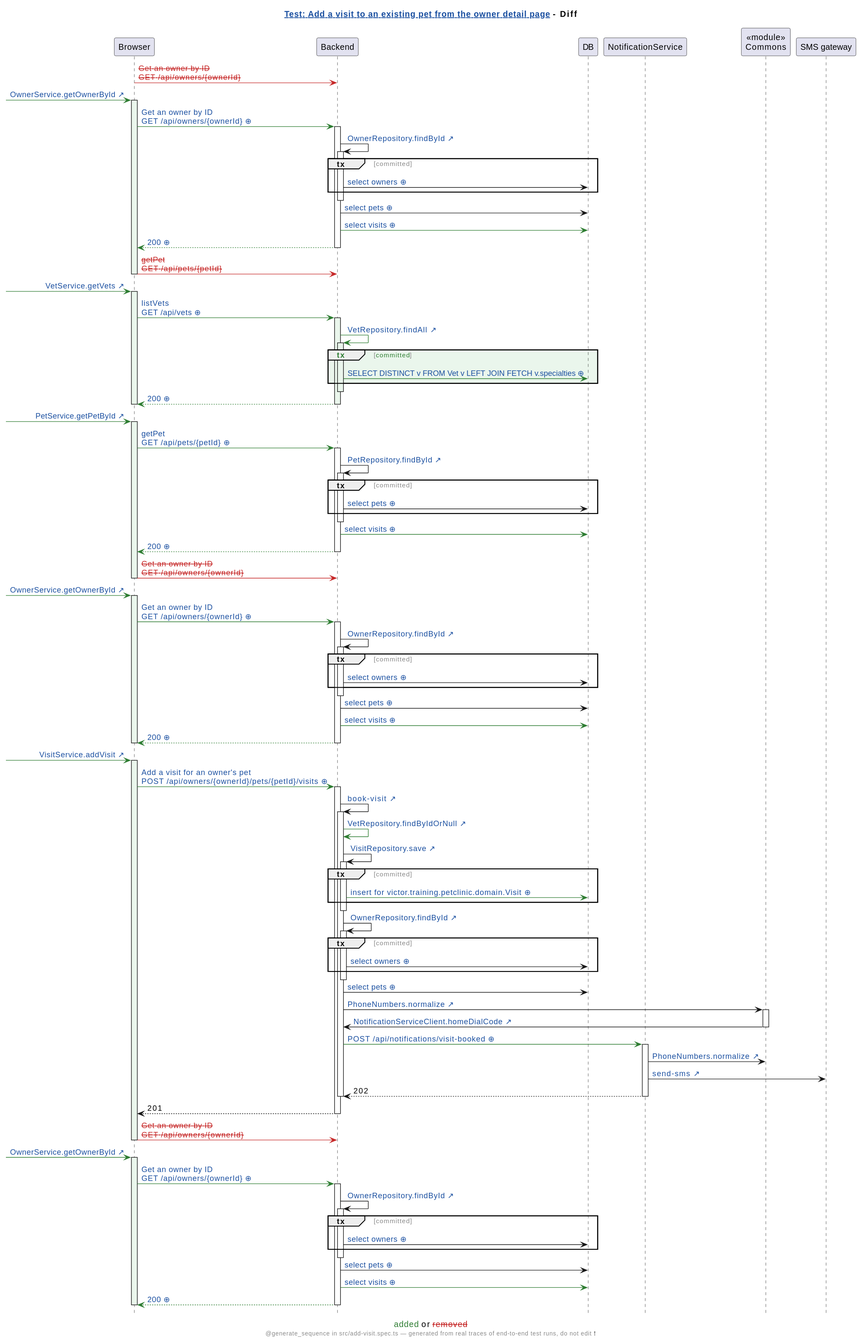
Earlier version of the PlantUML export demo/demo/assets/diagrams/petclinic-test_generated_add-visit.spec.ts.add-a-visit-to-an-existing-pet-from-the-owner-detail-page.genseq.diff.svg (victorrentea/human-review). Its diagram source:
```plantuml
@startuml
caption <color:#2E7D32>added</color> or <color:#C62828><s>removed</s></color>
hide footbox
skinparam hyperlinkUnderline false
skinparam hyperlinkColor #1A4FA0
skinparam sequenceGroupFontColor #888888
skinparam sequenceGroupFontStyle plain
title [[src://petclinic-test/src/add-visit.spec.ts:34{Click to open the test} Test: Add a visit to an existing pet from the owner detail page]] - Diff
footer @generate_sequence in src/add-visit.spec.ts — generated from real traces of end-to-end test runs, do not edit ❗
participant Browser
participant Backend
participant DB
participant NotificationService
participant "«module»\nCommons" as Commons
participant "SMS gateway"
Browser -[#C62828]> Backend: <color:#C62828><s>Get an owner by ID</s></color>\n<color:#C62828><s>GET /api/owners/{ownerId}</s></color>
[-[#2E7D32]> Browser: [[src://petclinic-frontend/src/app/owners/owner-detail/owner-detail.component.ts:22{Click to open the line that sent this request: owner-detail.component.ts:22} OwnerService.getOwnerById ↗]]
activate Browser #EAF6EC
Browser -[#2E7D32]> Backend: [[genseq://0m8scc6{Click for the request as it was sent} Get an owner by ID\nGET /api/owners/{ownerId} ⊕]]
activate Backend
Backend -> Backend: [[src://petclinic-backend/src/main/java/victor/training/petclinic/repository/OwnerRepository.java:14{Click to open OwnerRepository.findById} OwnerRepository.findById ↗]]
activate Backend
group tx [committed]
Backend -> DB: [[genseq://0x8aana{Click for the statement behind this call} select owners ⊕]]
end
deactivate Backend
Backend -> DB: [[genseq://18567ho{Click for the statement behind this call} select pets ⊕]]
Backend -[#2E7D32]> DB: [[genseq://1eq1h2q{Click for the statement behind this call} select visits ⊕]]
Backend -[#2E7D32]-> Browser: [[genseq://1bhasc1{Click for this call’s JSON body} 200 ⊕]]
deactivate Backend
Browser -[#C62828]> Backend: <color:#C62828><s>getPet</s></color>\n<color:#C62828><s>GET /api/pets/{petId}</s></color>
deactivate Browser
[-[#2E7D32]> Browser: [[src://petclinic-frontend/src/app/visits/visit-add/visit-add.component.ts:46{Click to open the line that sent this request: visit-add.component.ts:46} VetService.getVets ↗]]
activate Browser #EAF6EC
Browser -[#2E7D32]> Backend: [[genseq://1ce7aux{Click for the request as it was sent} listVets\nGET /api/vets ⊕]]
activate Backend #EAF6EC
Backend -[#2E7D32]> Backend: [[src://petclinic-backend/src/main/java/victor/training/petclinic/repository/VetRepository.java:13{Click to open VetRepository.findAll} VetRepository.findAll ↗]]
activate Backend #EAF6EC
group #EAF6EC <color:#2E7D32>tx</color> [<color:#2E7D32>committed</color>]
Backend -[#2E7D32]> DB: [[genseq://0p6yxbc{Click for the statement behind this call} SELECT DISTINCT v FROM Vet v LEFT JOIN FETCH v.specialties ⊕]]
end
deactivate Backend
Backend -[#2E7D32]-> Browser: [[genseq://1nmg2oo{Click for this call’s JSON body} 200 ⊕]]
deactivate Backend
deactivate Browser
[-[#2E7D32]> Browser: [[src://petclinic-frontend/src/app/visits/visit-add/visit-add.component.ts:48{Click to open the line that sent this request: visit-add.component.ts:48} PetService.getPetById ↗]]
activate Browser #EAF6EC
Browser -[#2E7D32]> Backend: [[genseq://0ranhxm{Click for the request as it was sent} getPet\nGET /api/pets/{petId} ⊕]]
activate Backend
Backend -> Backend: [[src://petclinic-backend/src/main/java/victor/training/petclinic/repository/PetRepository.java:16{Click to open PetRepository.findById} PetRepository.findById ↗]]
activate Backend
group tx [committed]
Backend -> DB: [[genseq://0y7w2ps{Click for the statement behind this call} select pets ⊕]]
end
deactivate Backend
Backend -[#2E7D32]> DB: [[genseq://1eq1h2q{Click for the statement behind this call} select visits ⊕]]
Backend -[#2E7D32]-> Browser: [[genseq://0n1gsl8{Click for this call’s JSON body} 200 ⊕]]
deactivate Backend
Browser -[#C62828]> Backend: <color:#C62828><s>Get an owner by ID</s></color>\n<color:#C62828><s>GET /api/owners/{ownerId}</s></color>
deactivate Browser
[-[#2E7D32]> Browser: [[src://petclinic-frontend/src/app/visits/visit-add/visit-add.component.ts:53{Click to open the line that sent this request: visit-add.component.ts:53} OwnerService.getOwnerById ↗]]
activate Browser #EAF6EC
Browser -[#2E7D32]> Backend: [[genseq://0m8scc6{Click for the request as it was sent} Get an owner by ID\nGET /api/owners/{ownerId} ⊕]]
activate Backend
Backend -> Backend: [[src://petclinic-backend/src/main/java/victor/training/petclinic/repository/OwnerRepository.java:14{Click to open OwnerRepository.findById} OwnerRepository.findById ↗]]
activate Backend
group tx [committed]
Backend -> DB: [[genseq://0x8aana{Click for the statement behind this call} select owners ⊕]]
end
deactivate Backend
Backend -> DB: [[genseq://18567ho{Click for the statement behind this call} select pets ⊕]]
Backend -[#2E7D32]> DB: [[genseq://1eq1h2q{Click for the statement behind this call} select visits ⊕]]
Backend -[#2E7D32]-> Browser: [[genseq://1bhasc1{Click for this call’s JSON body} 200 ⊕]]
deactivate Backend
deactivate Browser
[-[#2E7D32]> Browser: [[src://petclinic-frontend/src/app/visits/visit-add/visit-add.component.ts:69{Click to open the line that sent this request: visit-add.component.ts:69 ← visit-add.component.html:25} VisitService.addVisit ↗]]
activate Browser #EAF6EC
Browser -[#2E7D32]> Backend: [[genseq://0nhf3d3{Click for the request as it was sent} Add a visit for an owner's pet\nPOST /api/owners/{ownerId}/pets/{petId}/visits ⊕]]
activate Backend
Backend -> Backend: [[src://petclinic-backend/src/main/java/victor/training/petclinic/rest/OwnerRestController.java:193{Click to open OwnerRestController.bookVisit} book-visit ↗]]
activate Backend
Backend -[#2E7D32]> Backend: [[src://petclinic-backend/src/main/java/victor/training/petclinic/repository/VetRepository.java:19{Click to open VetRepository.findByIdOrNull} VetRepository.findByIdOrNull ↗]]
Backend -> Backend: [[src://petclinic-backend/src/main/java/victor/training/petclinic/repository/VisitRepository.java:14{Click to open VisitRepository.save} VisitRepository.save ↗]]
activate Backend
group tx [committed]
Backend -[#2E7D32]> DB: [[genseq://0v1528l{Click for the statement behind this call} insert for victor.training.petclinic.domain.Visit ⊕]]
end
deactivate Backend
Backend -> Backend: [[src://petclinic-backend/src/main/java/victor/training/petclinic/repository/OwnerRepository.java:14{Click to open OwnerRepository.findById} OwnerRepository.findById ↗]]
activate Backend
group tx [committed]
Backend -> DB: [[genseq://0x8aana{Click for the statement behind this call} select owners ⊕]]
end
deactivate Backend
Backend -> DB: [[genseq://18567ho{Click for the statement behind this call} select pets ⊕]]
Backend -> Commons: [[src://petclinic-commons/src/main/java/victor/training/commons/PhoneNumbers.java:14{Click to open PhoneNumbers.normalize} PhoneNumbers.normalize ↗]]
activate Commons
Commons -> Backend: [[src://petclinic-backend/src/main/java/victor/training/petclinic/notification/NotificationServiceClient.java:45{Click to open NotificationServiceClient.homeDialCode} NotificationServiceClient.homeDialCode ↗]]
deactivate Commons
Backend -[#2E7D32]> NotificationService: [[genseq://00gfug0{Click for the request as it was sent} POST /api/notifications/visit-booked ⊕]]
activate NotificationService
NotificationService -> Commons: [[src://petclinic-commons/src/main/java/victor/training/commons/PhoneNumbers.java:8{Click to open PhoneNumbers.normalize} PhoneNumbers.normalize ↗]]
NotificationService -> "SMS gateway": [[src://notification-service/src/main/java/victor/training/notification/SmsGateway.java:23{Click to open SmsGateway.send} send-sms ↗]]
NotificationService --> Backend: 202
deactivate NotificationService
deactivate Backend
Backend --> Browser: 201
deactivate Backend
Browser -[#C62828]> Backend: <color:#C62828><s>Get an owner by ID</s></color>\n<color:#C62828><s>GET /api/owners/{ownerId}</s></color>
deactivate Browser
[-[#2E7D32]> Browser: [[src://petclinic-frontend/src/app/owners/owner-detail/owner-detail.component.ts:22{Click to open the line that sent this request: owner-detail.component.ts:22} OwnerService.getOwnerById ↗]]
activate Browser #EAF6EC
Browser -[#2E7D32]> Backend: [[genseq://0m8scc6{Click for the request as it was sent} Get an owner by ID\nGET /api/owners/{ownerId} ⊕]]
activate Backend
Backend -> Backend: [[src://petclinic-backend/src/main/java/victor/training/petclinic/repository/OwnerRepository.java:14{Click to open OwnerRepository.findById} OwnerRepository.findById ↗]]
activate Backend
group tx [committed]
Backend -> DB: [[genseq://0x8aana{Click for the statement behind this call} select owners ⊕]]
end
deactivate Backend
Backend -> DB: [[genseq://18567ho{Click for the statement behind this call} select pets ⊕]]
Backend -[#2E7D32]> DB: [[genseq://1eq1h2q{Click for the statement behind this call} select visits ⊕]]
Backend -[#2E7D32]-> Browser: [[genseq://18ymh90{Click for this call’s JSON body} 200 ⊕]]
deactivate Backend
deactivate Browser
@enduml
```
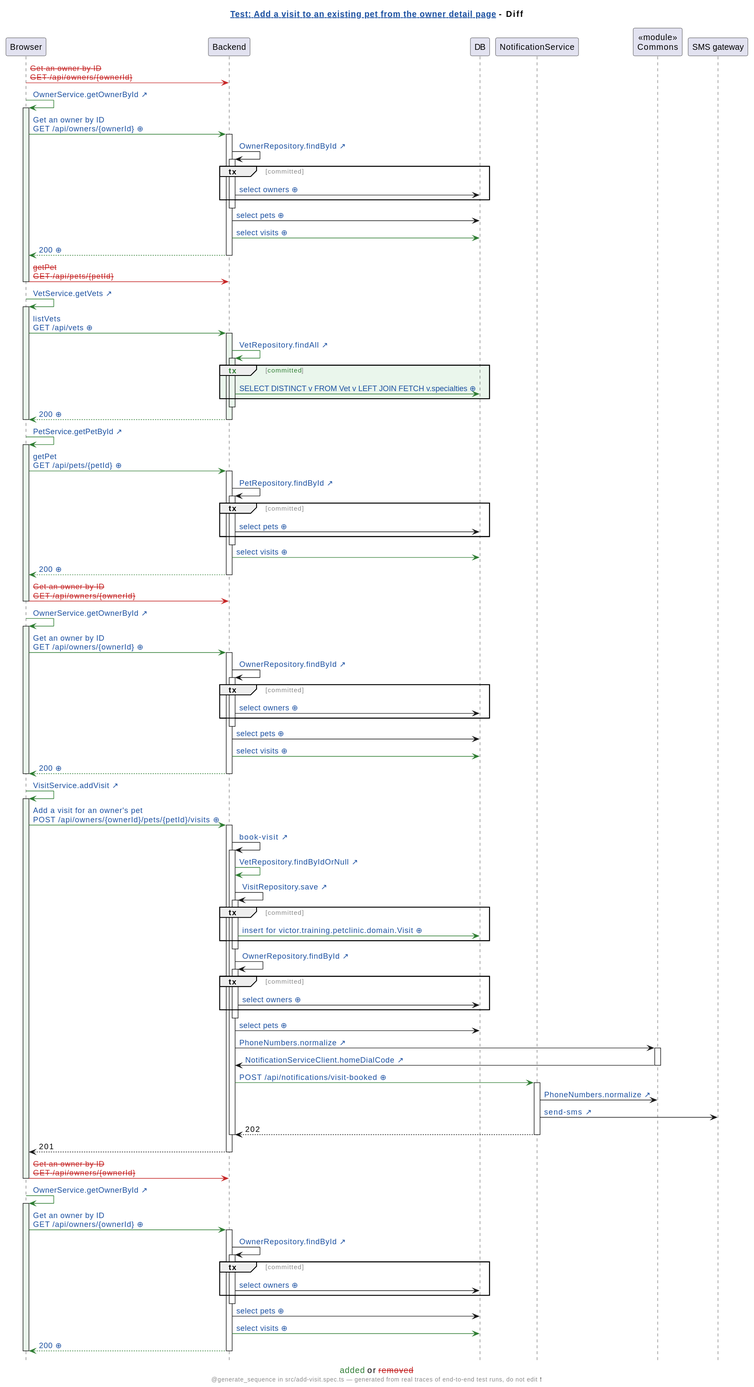
After the commit.

What changed in the source:
```diff
@@ -14,7 +14,7 @@
 participant "«module»\nCommons" as Commons
 participant "SMS gateway"
 Browser -[#C62828]> Backend: <color:#C62828><s>Get an owner by ID</s></color>\n<color:#C62828><s>GET /api/owners/{ownerId}</s></color>
-[-[#2E7D32]> Browser: [[src://petclinic-frontend/src/app/owners/owner-detail/owner-detail.component.ts:22{Click to open the line that sent this request: owner-detail.component.ts:22} OwnerService.getOwnerById ↗]]
+Browser -[#2E7D32]> Browser: [[src://petclinic-frontend/src/app/owners/owner-detail/owner-detail.component.ts:22{Click to open the line that sent this request: owner-detail.component.ts:22} OwnerService.getOwnerById ↗]]
 activate Browser #EAF6EC
 Browser -[#2E7D32]> Backend: [[genseq://0m8scc6{Click for the request as it was sent} Get an owner by ID\nGET /api/owners/{ownerId} ⊕]]
 activate Backend
@@ -30,7 +30,7 @@
 deactivate Backend
 Browser -[#C62828]> Backend: <color:#C62828><s>getPet</s></color>\n<color:#C62828><s>GET /api/pets/{petId}</s></color>
 deactivate Browser
-[-[#2E7D32]> Browser: [[src://petclinic-frontend/src/app/visits/visit-add/visit-add.component.ts:46{Click to open the line that sent this request: visit-add.component.ts:46} VetService.getVets ↗]]
+Browser -[#2E7D32]> Browser: [[src://petclinic-frontend/src/app/visits/visit-add/visit-add.component.ts:46{Click to open the line that sent this request: visit-add.component.ts:46} VetService.getVets ↗]]
 activate Browser #EAF6EC
 Browser -[#2E7D32]> Backend: [[genseq://1ce7aux{Click for the request as it was sent} listVets\nGET /api/vets ⊕]]
 activate Backend #EAF6EC
@@ -43,7 +43,7 @@
 Backend -[#2E7D32]-> Browser: [[genseq://1nmg2oo{Click for this call’s JSON body} 200 ⊕]]
 deactivate Backend
 deactivate Browser
-[-[#2E7D32]> Browser: [[src://petclinic-frontend/src/app/visits/visit-add/visit-add.component.ts:48{Click to open the line that sent this request: visit-add.component.ts:48} PetService.getPetById ↗]]
+Browser -[#2E7D32]> Browser: [[src://petclinic-frontend/src/app/visits/visit-add/visit-add.component.ts:48{Click to open the line that sent this request: visit-add.component.ts:48} PetService.getPetById ↗]]
 activate Browser #EAF6EC
 Browser -[#2E7D32]> Backend: [[genseq://0ranhxm{Click for the request as it was sent} getPet\nGET /api/pets/{petId} ⊕]]
 activate Backend
@@ -58,7 +58,7 @@
 deactivate Backend
 Browser -[#C62828]> Backend: <color:#C62828><s>Get an owner by ID</s></color>\n<color:#C62828><s>GET /api/owners/{ownerId}</s></color>
 deactivate Browser
-[-[#2E7D32]> Browser: [[src://petclinic-frontend/src/app/visits/visit-add/visit-add.component.ts:53{Click to open the line that sent this request: visit-add.component.ts:53} OwnerService.getOwnerById ↗]]
+Browser -[#2E7D32]> Browser: [[src://petclinic-frontend/src/app/visits/visit-add/visit-add.component.ts:53{Click to open the line that sent this request: visit-add.component.ts:53} OwnerService.getOwnerById ↗]]
 activate Browser #EAF6EC
 Browser -[#2E7D32]> Backend: [[genseq://0m8scc6{Click for the request as it was sent} Get an owner by ID\nGET /api/owners/{ownerId} ⊕]]
 activate Backend
@@ -73,7 +73,7 @@
 Backend -[#2E7D32]-> Browser: [[genseq://1bhasc1{Click for this call’s JSON body} 200 ⊕]]
 deactivate Backend
 deactivate Browser
-[-[#2E7D32]> Browser: [[src://petclinic-frontend/src/app/visits/visit-add/visit-add.component.ts:69{Click to open the line that sent this request: visit-add.component.ts:69 ← visit-add.component.html:25} VisitService.addVisit ↗]]
+Browser -[#2E7D32]> Browser: [[src://petclinic-frontend/src/app/visits/visit-add/visit-add.component.ts:69{Click to open the line that sent this request: visit-add.component.ts:69 ← visit-add.component.html:25} VisitService.addVisit ↗]]
 activate Browser #EAF6EC
 Browser -[#2E7D32]> Backend: [[genseq://0nhf3d3{Click for the request as it was sent} Add a visit for an owner's pet\nPOST /api/owners/{ownerId}/pets/{petId}/visits ⊕]]
 activate Backend
@@ -108,7 +108,7 @@
 deactivate Backend
 Browser -[#C62828]> Backend: <color:#C62828><s>Get an owner by ID</s></color>\n<color:#C62828><s>GET /api/owners/{ownerId}</s></color>
 deactivate Browser
-[-[#2E7D32]> Browser: [[src://petclinic-frontend/src/app/owners/owner-detail/owner-detail.component.ts:22{Click to open the line that sent this request: owner-detail.component.ts:22} OwnerService.getOwnerById ↗]]
+Browser -[#2E7D32]> Browser: [[src://petclinic-frontend/src/app/owners/owner-detail/owner-detail.component.ts:22{Click to open the line that sent this request: owner-detail.component.ts:22} OwnerService.getOwnerById ↗]]
 activate Browser #EAF6EC
 Browser -[#2E7D32]> Backend: [[genseq://0m8scc6{Click for the request as it was sent} Get an owner by ID\nGET /api/owners/{ownerId} ⊕]]
 activate Backend
```
